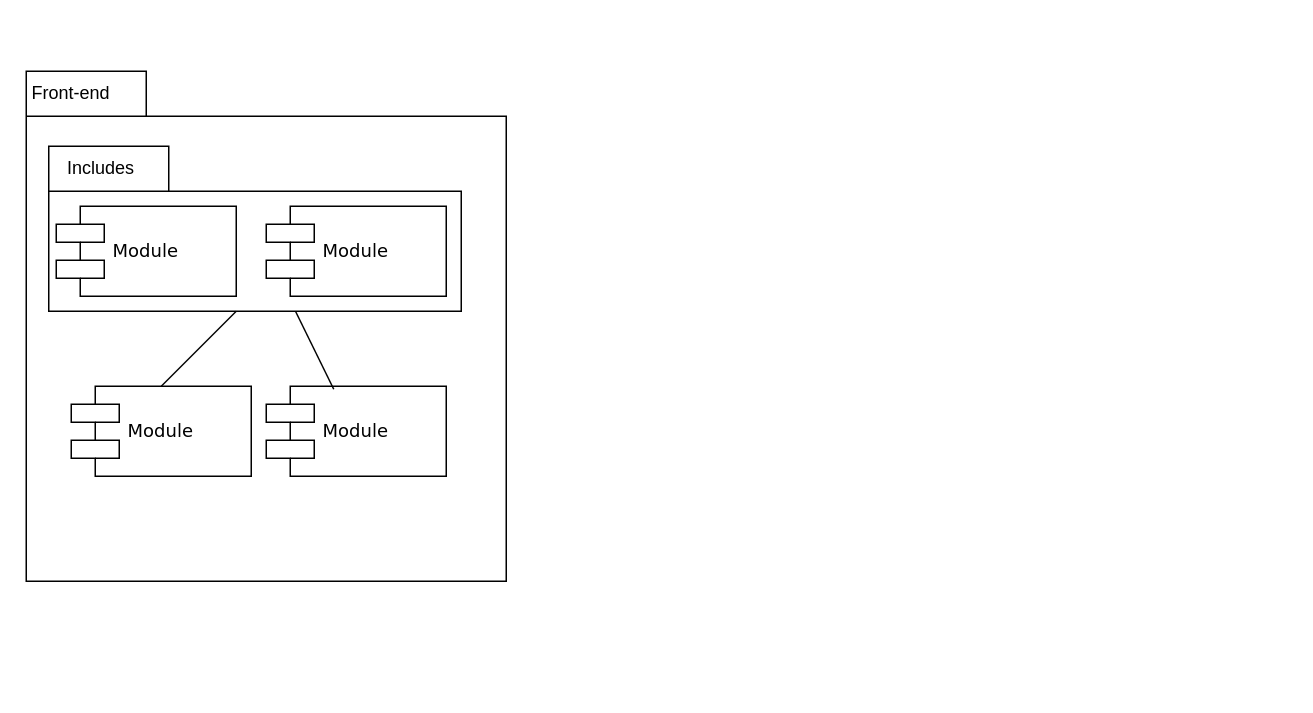
JorgeADnro/Torres keeps this draw.io diagram as Diagramas/DiagramaComponentesMich.drawio. Above is the earlier version. Source tidied: cells renumbered, new cells numbered last; positions are measured from the earlier drawing's top-left corner, leaving out a move shared by most shapes. Both pictures are drawn from the tidied source at 150%, with x=0, y=0 at pixel (26, 70).
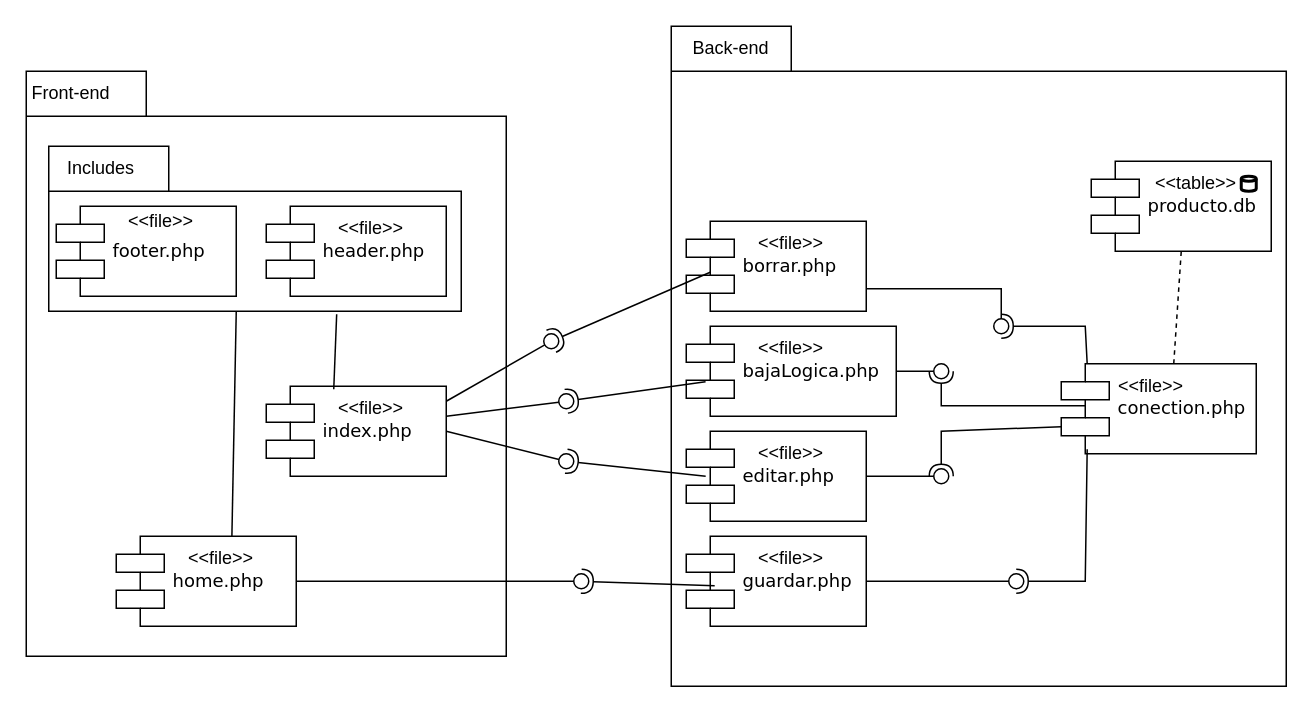
Above is the later version.

The change refers to these unchanged cells:
```xml
<mxCell id="3" style="shape=folder;fontStyle=1;tabWidth=80;tabHeight=30;tabPosition=left;html=1;boundedLbl=1;whiteSpace=wrap;" parent="1" vertex="1">
  <mxGeometry x="15" y="50" width="275" height="110" as="geometry" />
</mxCell>
```

What changed in the source:
```diff
@@
     <mxCell id="2" style="shape=folder;fontStyle=1;tabWidth=80;tabHeight=30;tabPosition=left;html=1;boundedLbl=1;whiteSpace=wrap;" parent="1" vertex="1">
-      <mxGeometry width="320" height="340" as="geometry" />
+      <mxGeometry width="320" height="390" as="geometry" />
     </mxCell>
@@
-    <mxCell id="6" style="endArrow=none;html=1;rounded=0;" parent="1" edge="1">
+    <mxCell id="6" style="endArrow=none;html=1;rounded=0;exitX=0.642;exitY=0.05;exitDx=0;exitDy=0;exitPerimeter=0;" parent="1" edge="1" source="9">
       <mxGeometry relative="1" as="geometry">
-        <mxPoint x="90" y="210" as="sourcePoint" />
         <mxPoint x="140" y="160" as="targetPoint" />
       </mxGeometry>
     </mxCell>
-    <mxCell id="7" value="Module" style="shape=component;align=left;spacingLeft=36;rounded=0;shadow=0;comic=0;labelBackgroundColor=none;strokeWidth=1;fontFamily=Verdana;fontSize=12;html=1;" parent="1" vertex="1">
+    <mxCell id="7" value="footer.php" style="shape=component;align=left;spacingLeft=36;rounded=0;shadow=0;comic=0;labelBackgroundColor=none;strokeWidth=1;fontFamily=Verdana;fontSize=12;html=1;" parent="1" vertex="1">
       <mxGeometry x="20" y="90" width="120" height="60" as="geometry" />
     </mxCell>
-    <mxCell id="8" value="Module" style="shape=component;align=left;spacingLeft=36;rounded=0;shadow=0;comic=0;labelBackgroundColor=none;strokeWidth=1;fontFamily=Verdana;fontSize=12;html=1;" parent="1" vertex="1">
+    <mxCell id="8" value="header.php" style="shape=component;align=left;spacingLeft=36;rounded=0;shadow=0;comic=0;labelBackgroundColor=none;strokeWidth=1;fontFamily=Verdana;fontSize=12;html=1;" parent="1" vertex="1">
       <mxGeometry x="160" y="90" width="120" height="60" as="geometry" />
     </mxCell>
-    <mxCell id="9" value="Module" style="shape=component;align=left;spacingLeft=36;rounded=0;shadow=0;comic=0;labelBackgroundColor=none;strokeWidth=1;fontFamily=Verdana;fontSize=12;html=1;" parent="1" vertex="1">
-      <mxGeometry x="30" y="210" width="120" height="60" as="geometry" />
+    <mxCell id="9" value="home.php" style="shape=component;align=left;spacingLeft=36;rounded=0;shadow=0;comic=0;labelBackgroundColor=none;strokeWidth=1;fontFamily=Verdana;fontSize=12;html=1;" parent="1" vertex="1">
+      <mxGeometry x="60" y="310" width="120" height="60" as="geometry" />
     </mxCell>
-    <mxCell id="10" value="Module" style="shape=component;align=left;spacingLeft=36;rounded=0;shadow=0;comic=0;labelBackgroundColor=none;strokeWidth=1;fontFamily=Verdana;fontSize=12;html=1;" parent="1" vertex="1">
+    <mxCell id="10" value="index.php" style="shape=component;align=left;spacingLeft=36;rounded=0;shadow=0;comic=0;labelBackgroundColor=none;strokeWidth=1;fontFamily=Verdana;fontSize=12;html=1;" parent="1" vertex="1">
       <mxGeometry x="160" y="210" width="120" height="60" as="geometry" />
     </mxCell>
-    <mxCell id="11" style="endArrow=none;html=1;rounded=0;exitX=0.375;exitY=0.033;exitDx=0;exitDy=0;exitPerimeter=0;" parent="1" edge="1" source="10" target="3">
+    <mxCell id="11" style="endArrow=none;html=1;rounded=0;exitX=0.375;exitY=0.033;exitDx=0;exitDy=0;exitPerimeter=0;entryX=0.698;entryY=1.018;entryDx=0;entryDy=0;entryPerimeter=0;" parent="1" edge="1" source="10" target="3">
       <mxGeometry relative="1" as="geometry" />
     </mxCell>
+    <mxCell id="12" style="shape=folder;fontStyle=1;tabWidth=80;tabHeight=30;tabPosition=left;html=1;boundedLbl=1;whiteSpace=wrap;" parent="1" vertex="1">
+      <mxGeometry x="430" y="-30" width="410" height="440" as="geometry" />
+    </mxCell>
+    <mxCell id="13" value="&amp;lt;&amp;lt;file&amp;gt;&amp;gt;" style="text;html=1;strokeColor=none;fillColor=none;align=center;verticalAlign=middle;whiteSpace=wrap;rounded=0;" parent="1" vertex="1">
+      <mxGeometry x="60" y="90" width="60" height="20" as="geometry" />
+    </mxCell>
+    <mxCell id="14" value="producto.db" style="shape=component;align=left;spacingLeft=36;rounded=0;shadow=0;comic=0;labelBackgroundColor=none;strokeWidth=1;fontFamily=Verdana;fontSize=12;html=1;" parent="1" vertex="1">
+      <mxGeometry x="710" y="60" width="120" height="60" as="geometry" />
+    </mxCell>
+    <mxCell id="15" value="conection.php" style="shape=component;align=left;spacingLeft=36;rounded=0;shadow=0;comic=0;labelBackgroundColor=none;strokeWidth=1;fontFamily=Verdana;fontSize=12;html=1;" parent="1" vertex="1">
+      <mxGeometry x="690" y="195" width="130" height="60" as="geometry" />
+    </mxCell>
+    <mxCell id="16" value="guardar.php" style="shape=component;align=left;spacingLeft=36;rounded=0;shadow=0;comic=0;labelBackgroundColor=none;strokeWidth=1;fontFamily=Verdana;fontSize=12;html=1;" parent="1" vertex="1">
+      <mxGeometry x="440" y="310" width="120" height="60" as="geometry" />
+    </mxCell>
+    <mxCell id="17" value="editar.php" style="shape=component;align=left;spacingLeft=36;rounded=0;shadow=0;comic=0;labelBackgroundColor=none;strokeWidth=1;fontFamily=Verdana;fontSize=12;html=1;" parent="1" vertex="1">
+      <mxGeometry x="440" y="240" width="120" height="60" as="geometry" />
+    </mxCell>
+    <mxCell id="18" value="bajaLogica.php" style="shape=component;align=left;spacingLeft=36;rounded=0;shadow=0;comic=0;labelBackgroundColor=none;strokeWidth=1;fontFamily=Verdana;fontSize=12;html=1;" parent="1" vertex="1">
+      <mxGeometry x="440" y="170" width="140" height="60" as="geometry" />
+    </mxCell>
+    <mxCell id="19" value="borrar.php" style="shape=component;align=left;spacingLeft=36;rounded=0;shadow=0;comic=0;labelBackgroundColor=none;strokeWidth=1;fontFamily=Verdana;fontSize=12;html=1;" parent="1" vertex="1">
+      <mxGeometry x="440" y="100" width="120" height="60" as="geometry" />
+    </mxCell>
+    <mxCell id="20" style="rounded=0;jettySize=auto;html=1;endArrow=oval;endFill=0;sketch=0;sourcePerimeterSpacing=0;targetPerimeterSpacing=0;endSize=10;exitX=1;exitY=0.75;exitDx=0;exitDy=0;" parent="1" edge="1" source="19">
+      <mxGeometry relative="1" as="geometry">
+        <mxPoint x="650" y="170" as="targetPoint" />
+        <Array as="points">
+          <mxPoint x="650" y="145" />
+        </Array>
+      </mxGeometry>
+    </mxCell>
+    <mxCell id="21" style="rounded=0;jettySize=auto;html=1;endArrow=oval;endFill=0;sketch=0;sourcePerimeterSpacing=0;targetPerimeterSpacing=0;endSize=10;exitX=1;exitY=0.5;exitDx=0;exitDy=0;" parent="1" edge="1" source="18">
+      <mxGeometry relative="1" as="geometry">
+        <mxPoint x="610" y="200" as="targetPoint" />
+      </mxGeometry>
+    </mxCell>
+    <mxCell id="22" style="rounded=0;jettySize=auto;html=1;endArrow=oval;endFill=0;sketch=0;sourcePerimeterSpacing=0;targetPerimeterSpacing=0;endSize=10;exitX=1;exitY=0.5;exitDx=0;exitDy=0;" parent="1" edge="1" source="17">
+      <mxGeometry relative="1" as="geometry">
+        <mxPoint x="610" y="270" as="targetPoint" />
+      </mxGeometry>
+    </mxCell>
+    <mxCell id="23" style="rounded=0;jettySize=auto;html=1;endArrow=oval;endFill=0;sketch=0;sourcePerimeterSpacing=0;targetPerimeterSpacing=0;endSize=10;exitX=1;exitY=0.5;exitDx=0;exitDy=0;" parent="1" edge="1" source="16">
+      <mxGeometry relative="1" as="geometry">
+        <mxPoint x="660" y="340" as="targetPoint" />
+      </mxGeometry>
+    </mxCell>
+    <mxCell id="24" style="rounded=0;jettySize=auto;html=1;endArrow=halfCircle;endFill=0;endSize=6;strokeWidth=1;sketch=0;exitX=0.133;exitY=0;exitDx=0;exitDy=0;exitPerimeter=0;" parent="1" edge="1" source="15">
+      <mxGeometry relative="1" as="geometry">
+        <mxPoint x="650" y="170" as="targetPoint" />
+        <Array as="points">
+          <mxPoint x="706" y="170" />
+        </Array>
+      </mxGeometry>
+    </mxCell>
+    <mxCell id="25" style="rounded=0;jettySize=auto;html=1;endArrow=halfCircle;endFill=0;endSize=6;strokeWidth=1;sketch=0;exitX=0.125;exitY=0.467;exitDx=0;exitDy=0;exitPerimeter=0;" parent="1" edge="1" source="15">
+      <mxGeometry relative="1" as="geometry">
+        <mxPoint x="610" y="200" as="targetPoint" />
+        <Array as="points">
+          <mxPoint x="660" y="223" />
+          <mxPoint x="610" y="223" />
+        </Array>
+      </mxGeometry>
+    </mxCell>
+    <mxCell id="26" style="rounded=0;jettySize=auto;html=1;endArrow=halfCircle;endFill=0;endSize=6;strokeWidth=1;sketch=0;exitX=0;exitY=0.7;exitDx=0;exitDy=0;" parent="1" edge="1" source="15">
+      <mxGeometry relative="1" as="geometry">
+        <mxPoint x="610" y="270" as="targetPoint" />
+        <Array as="points">
+          <mxPoint x="610" y="240" />
+        </Array>
+      </mxGeometry>
+    </mxCell>
+    <mxCell id="27" style="rounded=0;jettySize=auto;html=1;endArrow=halfCircle;endFill=0;endSize=6;strokeWidth=1;sketch=0;exitX=0.133;exitY=0.95;exitDx=0;exitDy=0;exitPerimeter=0;" parent="1" edge="1" source="15">
+      <mxGeometry relative="1" as="geometry">
+        <mxPoint x="660" y="340" as="targetPoint" />
+        <Array as="points">
+          <mxPoint x="706" y="340" />
+        </Array>
+      </mxGeometry>
+    </mxCell>
+    <mxCell id="28" value="Back-end" style="text;html=1;strokeColor=none;fillColor=none;align=center;verticalAlign=middle;whiteSpace=wrap;rounded=0;" parent="1" vertex="1">
+      <mxGeometry x="440" y="-30" width="60" height="30" as="geometry" />
+    </mxCell>
+    <mxCell id="29" style="rounded=0;orthogonalLoop=1;jettySize=auto;html=1;endArrow=oval;endFill=0;sketch=0;sourcePerimeterSpacing=0;targetPerimeterSpacing=0;endSize=10;exitX=1;exitY=0.5;exitDx=0;exitDy=0;" parent="1" edge="1">
+      <mxGeometry relative="1" as="geometry">
+        <mxPoint x="280" y="230" as="sourcePoint" />
+        <mxPoint x="360" y="220" as="targetPoint" />
+      </mxGeometry>
+    </mxCell>
+    <mxCell id="30" style="rounded=0;orthogonalLoop=1;jettySize=auto;html=1;endArrow=oval;endFill=0;sketch=0;sourcePerimeterSpacing=0;targetPerimeterSpacing=0;endSize=10;exitX=1;exitY=0.5;exitDx=0;exitDy=0;" parent="1" edge="1">
+      <mxGeometry relative="1" as="geometry">
+        <mxPoint x="280" y="220" as="sourcePoint" />
+        <mxPoint x="350" y="180" as="targetPoint" />
+      </mxGeometry>
+    </mxCell>
+    <mxCell id="31" style="rounded=0;jettySize=auto;html=1;endArrow=oval;endFill=0;sketch=0;sourcePerimeterSpacing=0;targetPerimeterSpacing=0;endSize=10;exitX=1;exitY=0.5;exitDx=0;exitDy=0;" parent="1" edge="1" source="10">
+      <mxGeometry relative="1" as="geometry">
+        <mxPoint x="360" y="260" as="targetPoint" />
+      </mxGeometry>
+    </mxCell>
+    <mxCell id="32" style="rounded=0;jettySize=auto;html=1;endArrow=oval;endFill=0;sketch=0;sourcePerimeterSpacing=0;targetPerimeterSpacing=0;endSize=10;exitX=1;exitY=0.5;exitDx=0;exitDy=0;" parent="1" edge="1" source="9">
+      <mxGeometry relative="1" as="geometry">
+        <mxPoint x="370" y="340" as="targetPoint" />
+      </mxGeometry>
+    </mxCell>
+    <mxCell id="33" style="rounded=0;jettySize=auto;html=1;endArrow=halfCircle;endFill=0;endSize=6;strokeWidth=1;sketch=0;exitX=0.133;exitY=0.567;exitDx=0;exitDy=0;exitPerimeter=0;" parent="1" edge="1" source="19">
+      <mxGeometry relative="1" as="geometry">
+        <mxPoint x="350" y="180" as="targetPoint" />
+      </mxGeometry>
+    </mxCell>
+    <mxCell id="34" style="rounded=0;jettySize=auto;html=1;endArrow=halfCircle;endFill=0;endSize=6;strokeWidth=1;sketch=0;exitX=0.092;exitY=0.617;exitDx=0;exitDy=0;exitPerimeter=0;" parent="1" edge="1" source="18">
+      <mxGeometry relative="1" as="geometry">
+        <mxPoint x="360" y="220" as="targetPoint" />
+      </mxGeometry>
+    </mxCell>
+    <mxCell id="35" style="rounded=0;jettySize=auto;html=1;endArrow=halfCircle;endFill=0;endSize=6;strokeWidth=1;sketch=0;exitX=0.108;exitY=0.5;exitDx=0;exitDy=0;exitPerimeter=0;" parent="1" edge="1" source="17">
+      <mxGeometry relative="1" as="geometry">
+        <mxPoint x="360" y="260" as="targetPoint" />
+      </mxGeometry>
+    </mxCell>
+    <mxCell id="36" value="&amp;lt;&amp;lt;table&amp;gt;&amp;gt;" style="text;html=1;strokeColor=none;fillColor=none;align=center;verticalAlign=middle;whiteSpace=wrap;rounded=0;" parent="1" vertex="1">
+      <mxGeometry x="750" y="60" width="60" height="30" as="geometry" />
+    </mxCell>
+    <mxCell id="37" style="rounded=0;jettySize=auto;html=1;endArrow=halfCircle;endFill=0;endSize=6;strokeWidth=1;sketch=0;exitX=0.158;exitY=0.55;exitDx=0;exitDy=0;exitPerimeter=0;" parent="1" edge="1" source="16">
+      <mxGeometry relative="1" as="geometry">
+        <mxPoint x="370" y="340" as="targetPoint" />
+      </mxGeometry>
+    </mxCell>
+    <mxCell id="38" value="&amp;lt;&amp;lt;file&amp;gt;&amp;gt;" style="text;html=1;strokeColor=none;fillColor=none;align=center;verticalAlign=middle;whiteSpace=wrap;rounded=0;" parent="1" vertex="1">
+      <mxGeometry x="200" y="90" width="60" height="30" as="geometry" />
+    </mxCell>
+    <mxCell id="39" value="&amp;lt;&amp;lt;file&amp;gt;&amp;gt;" style="text;html=1;strokeColor=none;fillColor=none;align=center;verticalAlign=middle;whiteSpace=wrap;rounded=0;" parent="1" vertex="1">
+      <mxGeometry x="200" y="210" width="60" height="30" as="geometry" />
+    </mxCell>
+    <mxCell id="40" value="&amp;lt;&amp;lt;file&amp;gt;&amp;gt;" style="text;html=1;strokeColor=none;fillColor=none;align=center;verticalAlign=middle;whiteSpace=wrap;rounded=0;" parent="1" vertex="1">
+      <mxGeometry x="100" y="310" width="60" height="30" as="geometry" />
+    </mxCell>
+    <mxCell id="41" value="&amp;lt;&amp;lt;file&amp;gt;&amp;gt;" style="text;html=1;strokeColor=none;fillColor=none;align=center;verticalAlign=middle;whiteSpace=wrap;rounded=0;" parent="1" vertex="1">
+      <mxGeometry x="480" y="100" width="60" height="30" as="geometry" />
+    </mxCell>
+    <mxCell id="42" value="&amp;lt;&amp;lt;file&amp;gt;&amp;gt;" style="text;html=1;strokeColor=none;fillColor=none;align=center;verticalAlign=middle;whiteSpace=wrap;rounded=0;" parent="1" vertex="1">
+      <mxGeometry x="480" y="170" width="60" height="30" as="geometry" />
+    </mxCell>
+    <mxCell id="43" value="&amp;lt;&amp;lt;file&amp;gt;&amp;gt;" style="text;html=1;strokeColor=none;fillColor=none;align=center;verticalAlign=middle;whiteSpace=wrap;rounded=0;" parent="1" vertex="1">
+      <mxGeometry x="480" y="240" width="60" height="30" as="geometry" />
+    </mxCell>
+    <mxCell id="44" value="&amp;lt;&amp;lt;file&amp;gt;&amp;gt;" style="text;html=1;strokeColor=none;fillColor=none;align=center;verticalAlign=middle;whiteSpace=wrap;rounded=0;" parent="1" vertex="1">
+      <mxGeometry x="480" y="310" width="60" height="30" as="geometry" />
+    </mxCell>
+    <mxCell id="45" value="&amp;lt;&amp;lt;file&amp;gt;&amp;gt;" style="text;html=1;strokeColor=none;fillColor=none;align=center;verticalAlign=middle;whiteSpace=wrap;rounded=0;" parent="1" vertex="1">
+      <mxGeometry x="720" y="195" width="60" height="30" as="geometry" />
+    </mxCell>
+    <mxCell id="46" style="strokeWidth=2;html=1;shape=mxgraph.flowchart.database;whiteSpace=wrap;" parent="1" vertex="1">
+      <mxGeometry x="810" y="70" width="10" height="10" as="geometry" />
+    </mxCell>
+    <mxCell id="47" style="endArrow=none;dashed=1;html=1;rounded=0;entryX=0.5;entryY=1;entryDx=0;entryDy=0;exitX=0.75;exitY=0;exitDx=0;exitDy=0;" parent="1" edge="1" source="45" target="14">
+      <mxGeometry relative="1" as="geometry" />
+    </mxCell>
```
